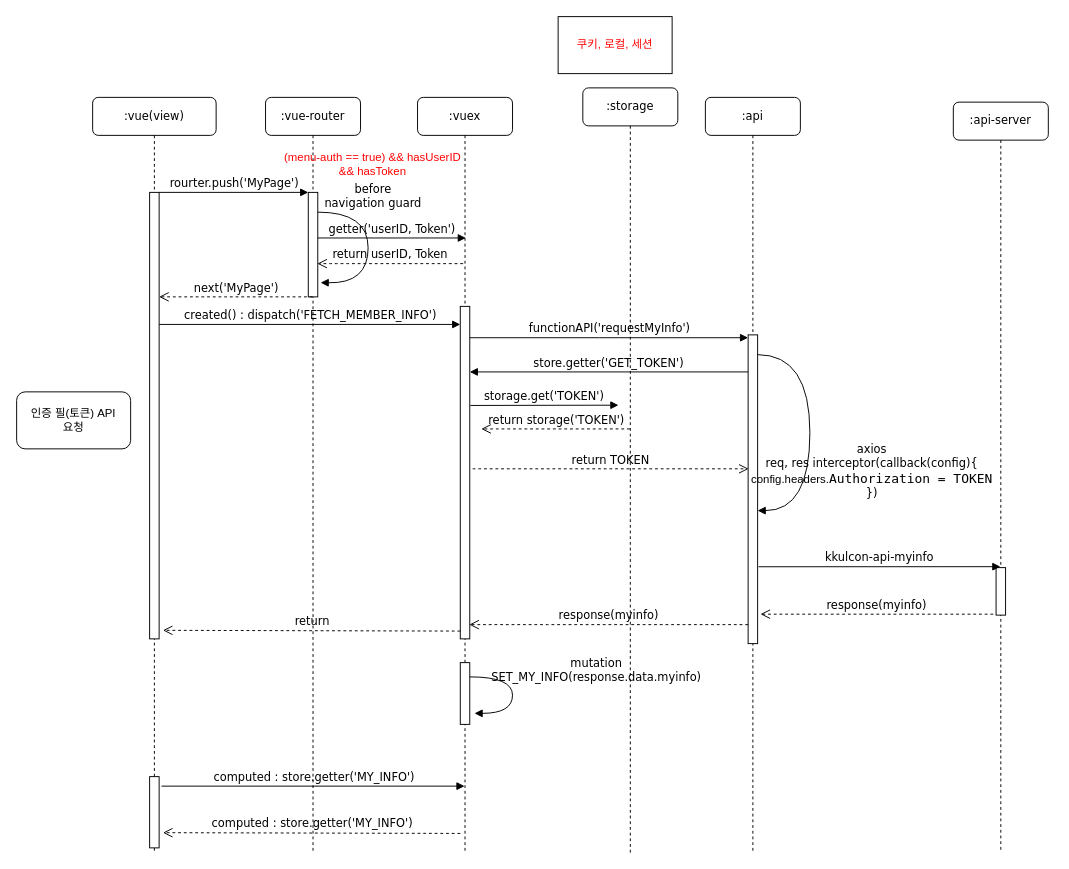
Develing1991/vuetiful-layout2 keeps this draw.io diagram as public/hasToken_nomalAPI.drawio. Above is the earlier version. Source tidied: cells renumbered, new cells numbered last; positions are measured from the earlier drawing's top-left corner, leaving out a move shared by most shapes. Both pictures are drawn from the tidied source at 95%, with x=0, y=0 at pixel (16, 16).
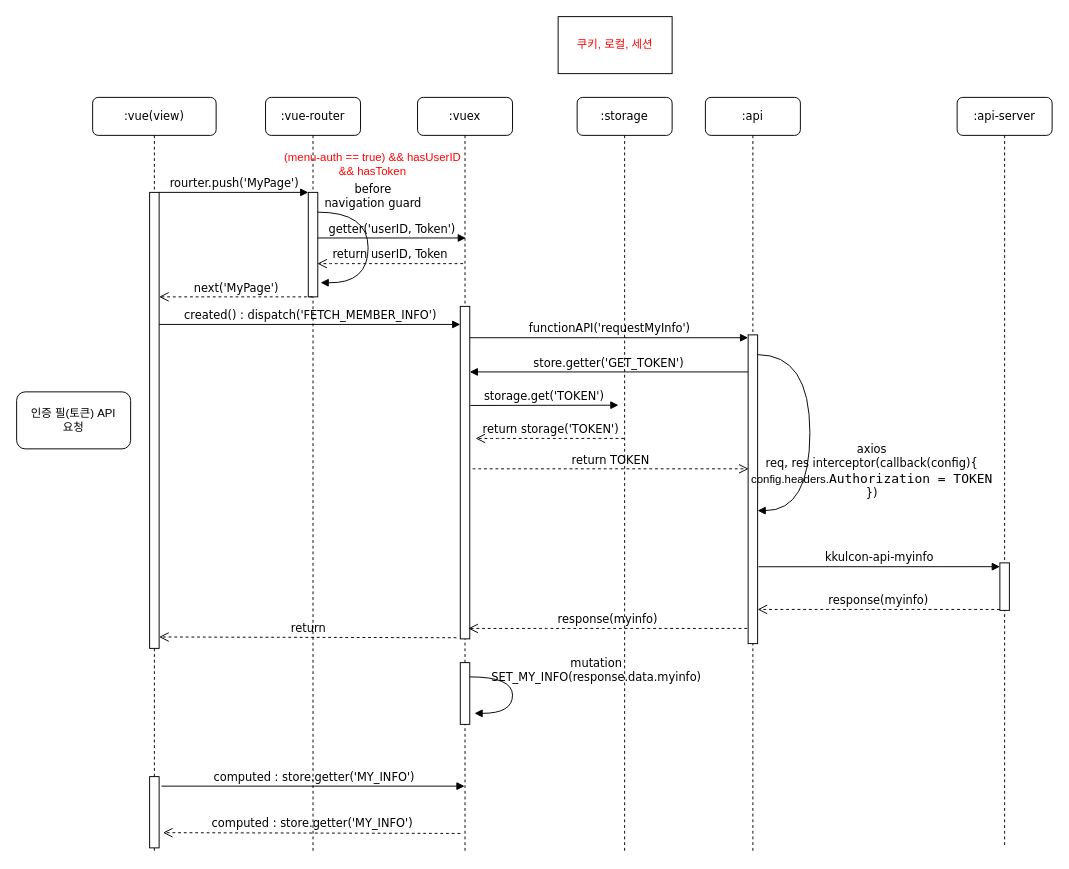
The same diagram, later.

The change refers to these unchanged cells:
```xml
<mxCell id="6" value=":vuex" style="shape=umlLifeline;perimeter=lifelinePerimeter;whiteSpace=wrap;html=1;rounded=1;shadow=0;comic=0;labelBackgroundColor=none;strokeWidth=1;fontFamily=Verdana;fontSize=12;align=center;" parent="1" vertex="1">
  <mxGeometry x="422" y="85" width="100" height="795" as="geometry" />
</mxCell>
<mxCell id="16" style="html=1;points=[];perimeter=orthogonalPerimeter;rounded=0;shadow=0;comic=0;labelBackgroundColor=none;strokeWidth=1;fontFamily=Verdana;fontSize=12;align=center;" parent="15" vertex="1">
  <mxGeometry x="45" y="490" width="10" height="50" as="geometry" />
</mxCell>
<mxCell id="18" value=":vue(view)" style="shape=umlLifeline;perimeter=lifelinePerimeter;whiteSpace=wrap;html=1;rounded=1;shadow=0;comic=0;labelBackgroundColor=none;strokeWidth=1;fontFamily=Verdana;fontSize=12;align=center;" parent="1" vertex="1">
  <mxGeometry x="80" y="85" width="130" height="795" as="geometry" />
</mxCell>
<mxCell id="23" style="html=1;points=[];perimeter=orthogonalPerimeter;rounded=0;shadow=0;comic=0;labelBackgroundColor=none;strokeWidth=1;fontFamily=Verdana;fontSize=12;align=center;" parent="1" vertex="1">
  <mxGeometry x="770" y="335" width="10" height="325" as="geometry" />
</mxCell>
```

What changed in the source:
```diff
@@
     <mxCell id="8" value="return" style="html=1;verticalAlign=bottom;endArrow=open;dashed=1;endSize=8;labelBackgroundColor=none;fontFamily=Verdana;fontSize=12;edgeStyle=elbowEdgeStyle;elbow=vertical;entryX=1.4;entryY=0.935;entryDx=0;entryDy=0;entryPerimeter=0;" parent="6" edge="1">
       <mxGeometry relative="1" as="geometry">
-        <mxPoint x="45" y="561.8" as="sourcePoint" />
-        <mxPoint x="-268" y="561.1" as="targetPoint" />
+        <mxPoint x="41" y="568.8" as="sourcePoint" />
+        <mxPoint x="-272" y="568.1" as="targetPoint" />
         <Array as="points">
-          <mxPoint x="-134" y="561" />
+          <mxPoint x="-138" y="568" />
         </Array>
       </mxGeometry>
     </mxCell>
@@
     <mxCell id="15" value=":api-server" style="shape=umlLifeline;perimeter=lifelinePerimeter;whiteSpace=wrap;html=1;rounded=1;shadow=0;comic=0;labelBackgroundColor=none;strokeWidth=1;fontFamily=Verdana;fontSize=12;align=center;" parent="1" vertex="1">
-      <mxGeometry x="986" y="90" width="100" height="790" as="geometry" />
+      <mxGeometry x="990" y="85" width="100" height="790" as="geometry" />
     </mxCell>
@@
-    <mxCell id="17" value="response(myinfo)" style="html=1;verticalAlign=bottom;endArrow=open;dashed=1;endSize=8;labelBackgroundColor=none;fontFamily=Verdana;fontSize=12;edgeStyle=elbowEdgeStyle;elbow=vertical;entryX=1.3;entryY=0.906;entryDx=0;entryDy=0;entryPerimeter=0;" parent="15" edge="1" target="23">
+    <mxCell id="17" value="response(myinfo)" style="html=1;verticalAlign=bottom;endArrow=open;dashed=1;endSize=8;labelBackgroundColor=none;fontFamily=Verdana;fontSize=12;edgeStyle=elbowEdgeStyle;elbow=vertical;entryX=1;entryY=0.889;entryDx=0;entryDy=0;entryPerimeter=0;" parent="15" edge="1" target="23">
       <mxGeometry relative="1" as="geometry">
-        <mxPoint x="42" y="539" as="sourcePoint" />
+        <mxPoint x="45" y="539" as="sourcePoint" />
       </mxGeometry>
     </mxCell>
@@
     <mxCell id="19" style="html=1;points=[];perimeter=orthogonalPerimeter;rounded=0;shadow=0;comic=0;labelBackgroundColor=none;strokeWidth=1;fontFamily=Verdana;fontSize=12;align=center;" parent="18" vertex="1">
-      <mxGeometry x="60" y="100" width="10" height="470" as="geometry" />
+      <mxGeometry x="60" y="100" width="10" height="480" as="geometry" />
     </mxCell>
@@
     <mxCell id="28" value=":storage" style="shape=umlLifeline;perimeter=lifelinePerimeter;whiteSpace=wrap;html=1;rounded=1;shadow=0;comic=0;labelBackgroundColor=none;strokeWidth=1;fontFamily=Verdana;fontSize=12;align=center;" parent="1" vertex="1">
-      <mxGeometry x="596" y="75" width="100" height="805" as="geometry" />
+      <mxGeometry x="590" y="85" width="100" height="795" as="geometry" />
     </mxCell>
@@
     <mxCell id="30" value="response(myinfo)" style="html=1;verticalAlign=bottom;endArrow=open;dashed=1;endSize=8;labelBackgroundColor=none;fontFamily=Verdana;fontSize=12;edgeStyle=elbowEdgeStyle;elbow=vertical;" parent="28" edge="1">
       <mxGeometry relative="1" as="geometry">
-        <mxPoint x="174" y="565" as="sourcePoint" />
-        <mxPoint x="-119.5" y="565" as="targetPoint" />
+        <mxPoint x="179" y="559" as="sourcePoint" />
+        <mxPoint x="-114.5" y="559" as="targetPoint" />
         <Array as="points">
-          <mxPoint x="-27" y="565" />
+          <mxPoint x="-22" y="559" />
         </Array>
       </mxGeometry>
     </mxCell>
@@
-    <mxCell id="35" value="kkulcon-api-myinfo" style="html=1;verticalAlign=bottom;endArrow=block;labelBackgroundColor=none;fontFamily=Verdana;fontSize=12;edgeStyle=elbowEdgeStyle;elbow=vertical;exitX=1.1;exitY=0.751;exitDx=0;exitDy=0;exitPerimeter=0;entryX=0.457;entryY=-0.014;entryDx=0;entryDy=0;entryPerimeter=0;" parent="1" edge="1" source="23" target="16">
+    <mxCell id="35" value="kkulcon-api-myinfo" style="html=1;verticalAlign=bottom;endArrow=block;labelBackgroundColor=none;fontFamily=Verdana;fontSize=12;edgeStyle=elbowEdgeStyle;elbow=vertical;exitX=1.1;exitY=0.751;exitDx=0;exitDy=0;exitPerimeter=0;" parent="1" edge="1" source="23" target="16">
       <mxGeometry relative="1" as="geometry" />
     </mxCell>
```
